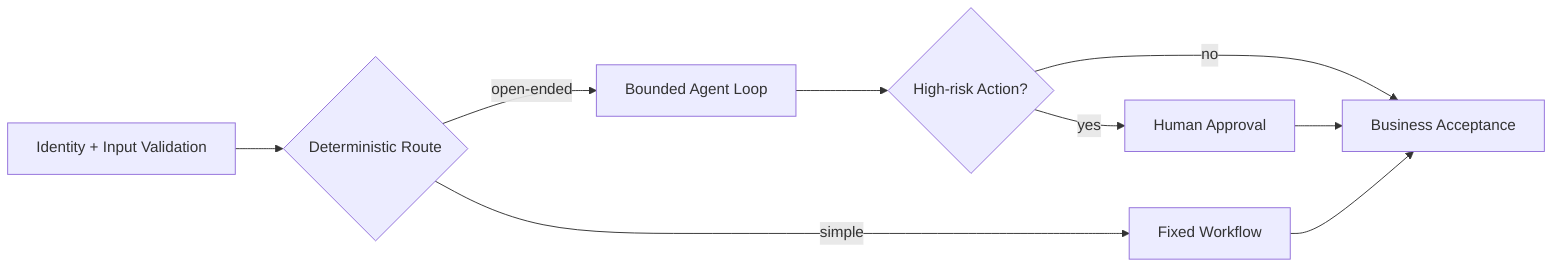
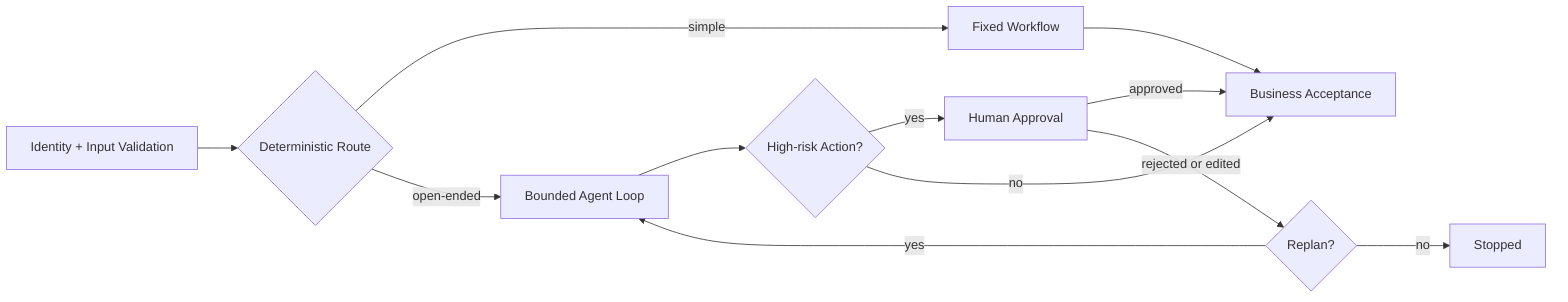
flowchart LR
    I[Identity + Input Validation] --> R{Deterministic Route}
    R -->|simple| W[Fixed Workflow]
    R -->|open-ended| A[Bounded Agent Loop]
    A --> H{High-risk Action?}
    H -->|yes| P[Human Approval]
    H -->|no| G[Business Acceptance]
-     P --> G
+     P -->|approved| G
+     P -->|rejected or edited| X{Replan?}
+     X -->|yes| A
+     X -->|no| Z[Stopped]
    W --> G
